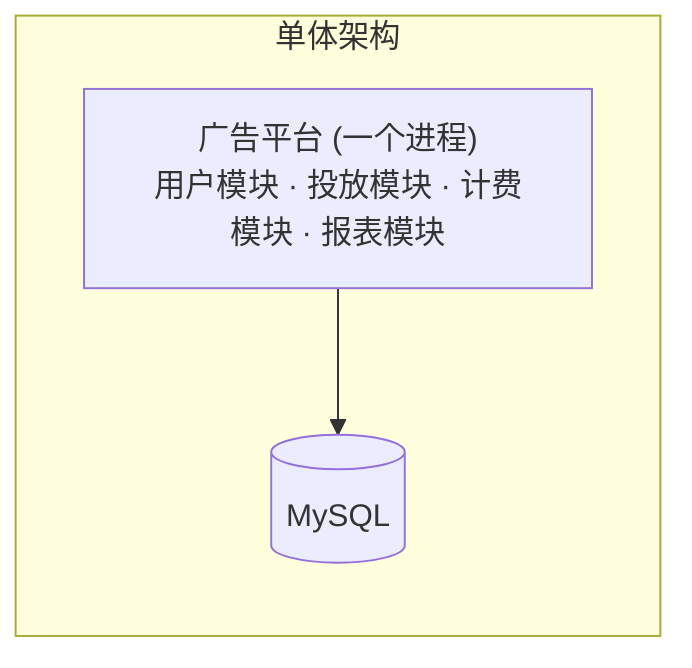
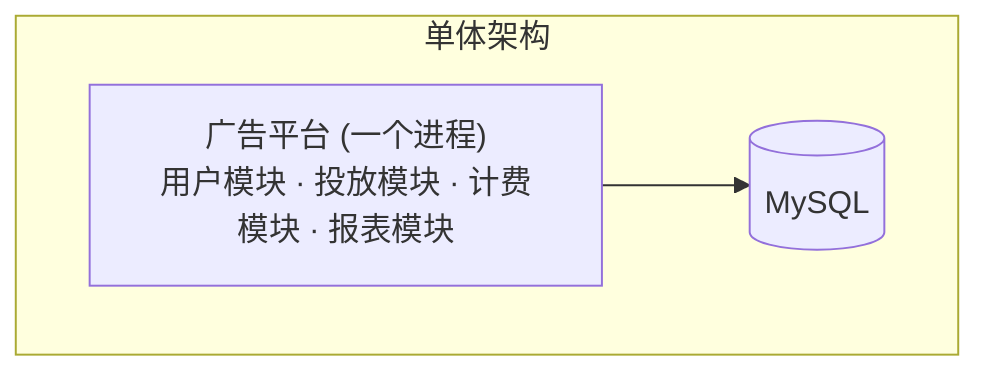
graph LR
    subgraph "单体架构"
-         direction TB
+         direction LR
        M["广告平台 (一个进程)<br/>用户模块 · 投放模块 · 计费模块 · 报表模块"]
        M --> MySQL[(MySQL)]
    end